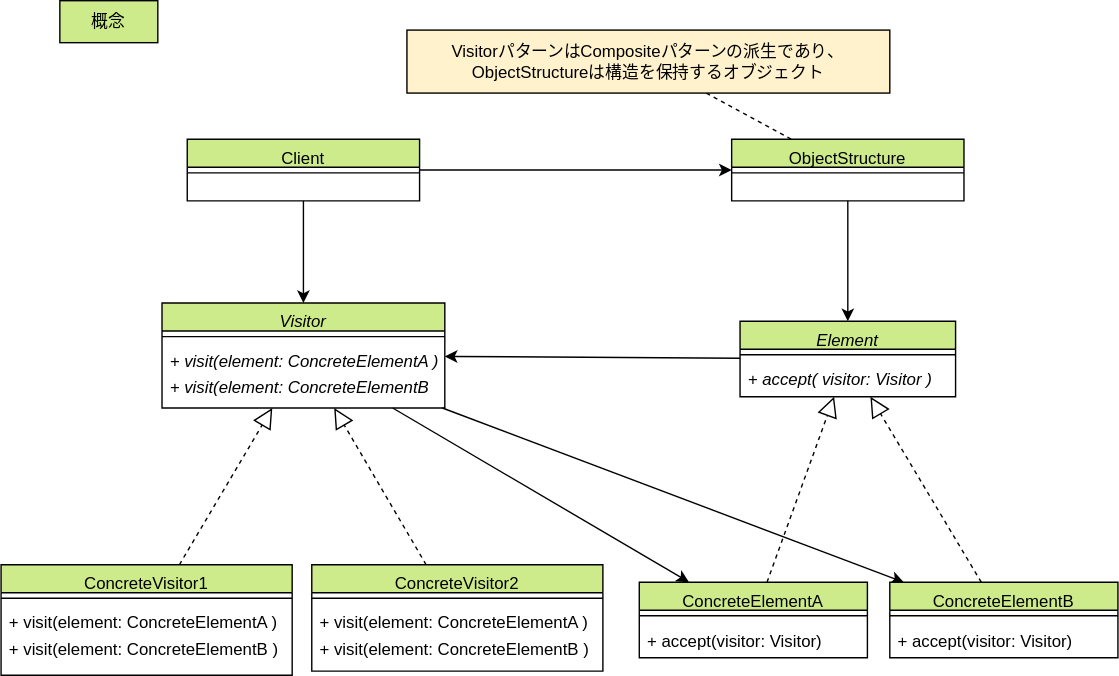
The draw.io diagram drawio/visitor/visitor-concept.drawio.svg in go-to-k/cdk-gof-design-pattern, before a commit. Source tidied: cells renumbered, new cells last; positions are measured from the earlier drawing's top-left corner, leaving out a move shared by most shapes.
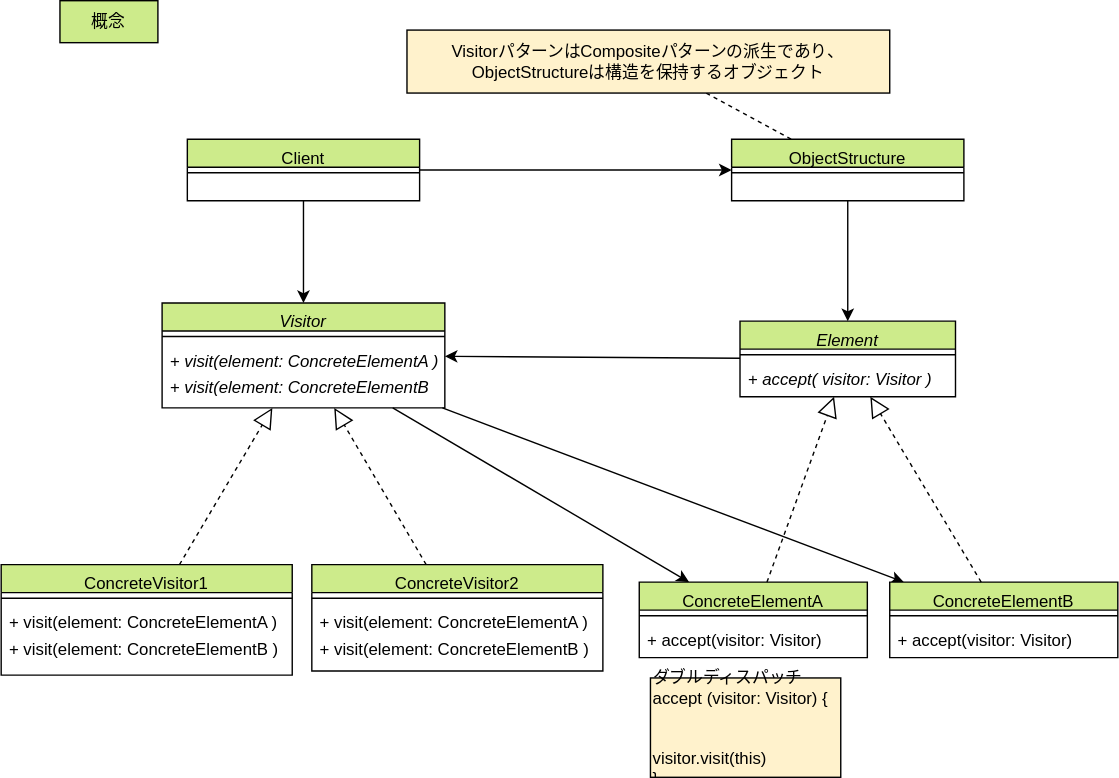
After the commit.

Commit message:
update visitor concept diagrams

Change to the diagram source:
```diff
@@ -116,5 +116,8 @@
     <mxCell id="39" value="VisitorパターンはCompositeパターンの派生であり、ObjectStructureは構造を保持するオブジェクト" style="text;html=1;strokeColor=#000000;fillColor=#fff2cc;align=center;verticalAlign=middle;whiteSpace=wrap;rounded=0;fontColor=#000000;" parent="1" vertex="1">
       <mxGeometry x="290" y="21" width="345" height="45" as="geometry" />
     </mxCell>
+    <mxCell id="40" value="ダブルディスパッチ&lt;br&gt;accept (visitor: Visitor) {&lt;br&gt;&lt;span style=&quot;white-space: pre;&quot;&gt;&#9;&lt;/span&gt;visitor.visit(this)&lt;br&gt;}" style="text;html=1;strokeColor=#000000;fillColor=#fff2cc;align=left;verticalAlign=middle;whiteSpace=wrap;rounded=0;fontColor=#000000;" parent="1" vertex="1">
+      <mxGeometry x="464" y="484" width="136" height="71" as="geometry" />
+    </mxCell>
   </root>
 </mxGraphModel>
```
